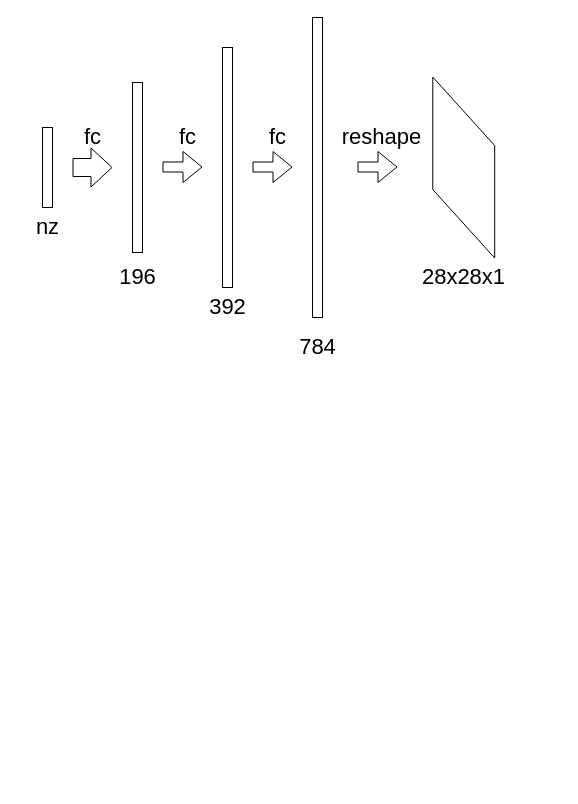
lccst/docs keeps this draw.io diagram as Untitled Diagram.drawio. Above is the earlier version. Source tidied: cells renumbered, new cells numbered last; positions are measured from the earlier drawing's top-left corner, leaving out a move shared by most shapes. Both pictures are drawn from the tidied source at 100%, with x=0, y=0 at pixel (27, 17).
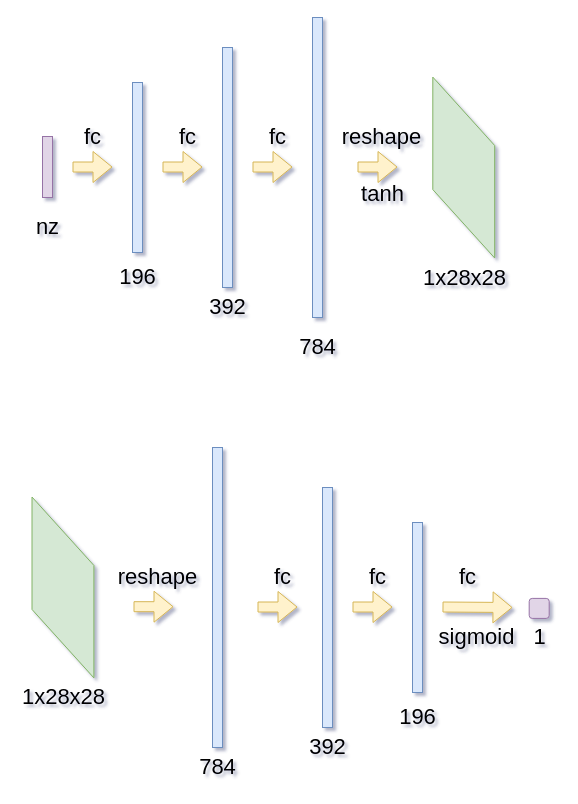
The same page after the edit.

Diff of the diagram source:
```diff
@@
-<mxGraphModel>
+<mxGraphModel shadow="1">
@@
-    <mxCell id="2" style="rounded=0;whiteSpace=wrap;html=1;" parent="1" vertex="1">
-      <mxGeometry x="15" y="110" width="10" height="80" as="geometry" />
+    <mxCell id="2" style="rounded=0;whiteSpace=wrap;html=1;fillColor=#e1d5e7;strokeColor=#9673a6;" parent="1" vertex="1">
+      <mxGeometry x="15" y="119" width="10" height="61" as="geometry" />
     </mxCell>
-    <mxCell id="3" style="rounded=0;whiteSpace=wrap;html=1;" parent="1" vertex="1">
+    <mxCell id="3" style="rounded=0;whiteSpace=wrap;html=1;fillColor=#dae8fc;strokeColor=#6c8ebf;" parent="1" vertex="1">
       <mxGeometry x="105" y="65" width="10" height="170" as="geometry" />
     </mxCell>
-    <mxCell id="4" style="shape=flexArrow;endArrow=classic;html=1;width=18;endSize=6.67;" parent="1" edge="1">
-      <mxGeometry relative="1" as="geometry">
-        <mxPoint x="45" y="150" as="sourcePoint" />
-        <mxPoint x="85" y="150" as="targetPoint" />
-      </mxGeometry>
-    </mxCell>
-    <mxCell id="5" style="shape=flexArrow;endArrow=classic;html=1;" parent="1" edge="1">
+    <mxCell id="5" style="shape=flexArrow;endArrow=classic;html=1;fillColor=#fff2cc;strokeColor=#d6b656;" parent="1" edge="1">
       <mxGeometry relative="1" as="geometry">
         <mxPoint x="135" y="149.5" as="sourcePoint" />
         <mxPoint x="175" y="149.5" as="targetPoint" />
       </mxGeometry>
     </mxCell>
-    <mxCell id="6" style="rounded=0;whiteSpace=wrap;html=1;" parent="1" vertex="1">
+    <mxCell id="6" style="rounded=0;whiteSpace=wrap;html=1;fillColor=#dae8fc;strokeColor=#6c8ebf;" parent="1" vertex="1">
       <mxGeometry x="195" y="30" width="10" height="240" as="geometry" />
     </mxCell>
-    <mxCell id="7" style="shape=flexArrow;endArrow=classic;html=1;" parent="1" edge="1">
+    <mxCell id="7" style="shape=flexArrow;endArrow=classic;html=1;fillColor=#fff2cc;strokeColor=#d6b656;" parent="1" edge="1">
       <mxGeometry relative="1" as="geometry">
         <mxPoint x="225" y="149.5" as="sourcePoint" />
         <mxPoint x="265" y="149.5" as="targetPoint" />
       </mxGeometry>
     </mxCell>
-    <mxCell id="8" style="rounded=0;whiteSpace=wrap;html=1;" parent="1" vertex="1">
+    <mxCell id="8" style="rounded=0;whiteSpace=wrap;html=1;fillColor=#dae8fc;strokeColor=#6c8ebf;" parent="1" vertex="1">
       <mxGeometry x="285" width="10" height="300" as="geometry" />
     </mxCell>
@@
-    <mxCell id="13" style="shape=parallelogram;perimeter=parallelogramPerimeter;whiteSpace=wrap;html=1;fixedSize=1;rotation=90;size=68.44000000000005;" parent="1" vertex="1">
+    <mxCell id="13" style="shape=parallelogram;perimeter=parallelogramPerimeter;whiteSpace=wrap;html=1;fixedSize=1;rotation=90;size=68.44000000000005;fillColor=#d5e8d4;strokeColor=#82b366;" parent="1" vertex="1">
       <mxGeometry x="345.8" y="119.1" width="180.9" height="61.9" as="geometry" />
     </mxCell>
-    <mxCell id="14" style="shape=flexArrow;endArrow=classic;html=1;" parent="1" edge="1">
+    <mxCell id="14" style="shape=flexArrow;endArrow=classic;html=1;fillColor=#fff2cc;strokeColor=#d6b656;" parent="1" edge="1">
       <mxGeometry relative="1" as="geometry">
         <mxPoint x="330" y="149.5" as="sourcePoint" />
         <mxPoint x="370" y="149.5" as="targetPoint" />
       </mxGeometry>
     </mxCell>
-    <mxCell id="15" value="&lt;font style=&quot;font-size: 22px&quot;&gt;28x28x1&lt;/font&gt;" style="text;html=1;align=center;verticalAlign=middle;" parent="1" vertex="1">
-      <mxGeometry x="386.2" y="250" width="100" height="20" as="geometry" />
+    <mxCell id="15" value="&lt;font style=&quot;font-size: 22px&quot;&gt;1x28x28&lt;/font&gt;" style="text;html=1;align=center;verticalAlign=middle;" parent="1" vertex="1">
+      <mxGeometry x="390.2" y="250" width="93" height="21" as="geometry" />
     </mxCell>
@@
+    <mxCell id="20" style="shape=flexArrow;endArrow=classic;html=1;fillColor=#fff2cc;strokeColor=#d6b656;" parent="1" edge="1">
+      <mxGeometry relative="1" as="geometry">
+        <mxPoint x="45" y="149.5" as="sourcePoint" />
+        <mxPoint x="85" y="149.5" as="targetPoint" />
+      </mxGeometry>
+    </mxCell>
+    <mxCell id="21" value="&lt;span style=&quot;font-size: 22px&quot;&gt;tanh&lt;/span&gt;" style="text;html=1;align=center;verticalAlign=middle;" parent="1" vertex="1">
+      <mxGeometry x="328" y="166" width="53" height="21" as="geometry" />
+    </mxCell>
+    <mxCell id="22" style="shape=parallelogram;perimeter=parallelogramPerimeter;whiteSpace=wrap;html=1;fixedSize=1;rotation=90;size=68.44000000000005;fillColor=#d5e8d4;strokeColor=#82b366;" parent="1" vertex="1">
+      <mxGeometry x="-55" y="539" width="180.9" height="61.9" as="geometry" />
+    </mxCell>
+    <mxCell id="23" value="&lt;font style=&quot;font-size: 22px&quot;&gt;1x28x28&lt;/font&gt;" style="text;html=1;align=center;verticalAlign=middle;" parent="1" vertex="1">
+      <mxGeometry x="-10.5" y="669.9" width="93" height="21" as="geometry" />
+    </mxCell>
+    <mxCell id="24" style="shape=flexArrow;endArrow=classic;html=1;fillColor=#fff2cc;strokeColor=#d6b656;" parent="1" edge="1">
+      <mxGeometry relative="1" as="geometry">
+        <mxPoint x="106" y="589.2" as="sourcePoint" />
+        <mxPoint x="146" y="589.2" as="targetPoint" />
+      </mxGeometry>
+    </mxCell>
+    <mxCell id="25" value="&lt;span style=&quot;font-size: 22px&quot;&gt;reshape&lt;/span&gt;" style="text;html=1;align=center;verticalAlign=middle;" parent="1" vertex="1">
+      <mxGeometry x="80" y="549.7" width="100" height="20" as="geometry" />
+    </mxCell>
+    <mxCell id="26" style="rounded=0;whiteSpace=wrap;html=1;fillColor=#dae8fc;strokeColor=#6c8ebf;" parent="1" vertex="1">
+      <mxGeometry x="185" y="430" width="10" height="300" as="geometry" />
+    </mxCell>
+    <mxCell id="27" value="&lt;font style=&quot;font-size: 22px&quot;&gt;784&lt;/font&gt;" style="text;html=1;align=center;verticalAlign=middle;" parent="1" vertex="1">
+      <mxGeometry x="165" y="740" width="50" height="20" as="geometry" />
+    </mxCell>
+    <mxCell id="28" style="rounded=0;whiteSpace=wrap;html=1;fillColor=#dae8fc;strokeColor=#6c8ebf;" parent="1" vertex="1">
+      <mxGeometry x="295" y="470" width="10" height="240" as="geometry" />
+    </mxCell>
+    <mxCell id="29" style="shape=flexArrow;endArrow=classic;html=1;fillColor=#fff2cc;strokeColor=#d6b656;" parent="1" edge="1">
+      <mxGeometry relative="1" as="geometry">
+        <mxPoint x="325" y="589.5" as="sourcePoint" />
+        <mxPoint x="365" y="589.5" as="targetPoint" />
+      </mxGeometry>
+    </mxCell>
+    <mxCell id="30" value="&lt;font style=&quot;font-size: 22px&quot;&gt;392&lt;/font&gt;" style="text;html=1;align=center;verticalAlign=middle;" parent="1" vertex="1">
+      <mxGeometry x="275" y="720" width="50" height="20" as="geometry" />
+    </mxCell>
+    <mxCell id="31" value="&lt;font style=&quot;font-size: 22px&quot;&gt;fc&lt;/font&gt;" style="text;html=1;align=center;verticalAlign=middle;" parent="1" vertex="1">
+      <mxGeometry x="335" y="550" width="30" height="20" as="geometry" />
+    </mxCell>
+    <mxCell id="32" style="rounded=0;whiteSpace=wrap;html=1;fillColor=#dae8fc;strokeColor=#6c8ebf;" parent="1" vertex="1">
+      <mxGeometry x="385" y="505" width="10" height="170" as="geometry" />
+    </mxCell>
+    <mxCell id="33" style="shape=flexArrow;endArrow=classic;html=1;fillColor=#fff2cc;strokeColor=#d6b656;" parent="1" edge="1">
+      <mxGeometry relative="1" as="geometry">
+        <mxPoint x="415" y="589.5" as="sourcePoint" />
+        <mxPoint x="485" y="590" as="targetPoint" />
+      </mxGeometry>
+    </mxCell>
+    <mxCell id="34" value="&lt;font style=&quot;font-size: 22px&quot;&gt;196&lt;/font&gt;" style="text;html=1;align=center;verticalAlign=middle;" parent="1" vertex="1">
+      <mxGeometry x="365" y="690" width="50" height="20" as="geometry" />
+    </mxCell>
+    <mxCell id="35" value="&lt;font style=&quot;font-size: 22px&quot;&gt;fc&lt;/font&gt;" style="text;html=1;align=center;verticalAlign=middle;" parent="1" vertex="1">
+      <mxGeometry x="425" y="550" width="30" height="20" as="geometry" />
+    </mxCell>
+    <mxCell id="36" value="&lt;font style=&quot;font-size: 22px&quot;&gt;1&lt;/font&gt;" style="text;html=1;align=center;verticalAlign=middle;" parent="1" vertex="1">
+      <mxGeometry x="496.7" y="610" width="30" height="20" as="geometry" />
+    </mxCell>
+    <mxCell id="37" style="rounded=1;whiteSpace=wrap;html=1;fillColor=#e1d5e7;strokeColor=#9673a6;" parent="1" vertex="1">
+      <mxGeometry x="501.7" y="580.9" width="20" height="20" as="geometry" />
+    </mxCell>
+    <mxCell id="38" value="&lt;span style=&quot;font-size: 22px&quot;&gt;sigmoid&lt;/span&gt;" style="text;html=1;align=center;verticalAlign=middle;" parent="1" vertex="1">
+      <mxGeometry x="404" y="610" width="90" height="20" as="geometry" />
+    </mxCell>
+    <mxCell id="39" style="shape=flexArrow;endArrow=classic;html=1;fillColor=#fff2cc;strokeColor=#d6b656;" parent="1" edge="1">
+      <mxGeometry relative="1" as="geometry">
+        <mxPoint x="230" y="589.5" as="sourcePoint" />
+        <mxPoint x="270" y="589.5" as="targetPoint" />
+      </mxGeometry>
+    </mxCell>
+    <mxCell id="40" value="&lt;font style=&quot;font-size: 22px&quot;&gt;fc&lt;/font&gt;" style="text;html=1;align=center;verticalAlign=middle;" parent="1" vertex="1">
+      <mxGeometry x="240" y="550" width="30" height="20" as="geometry" />
+    </mxCell>
```
